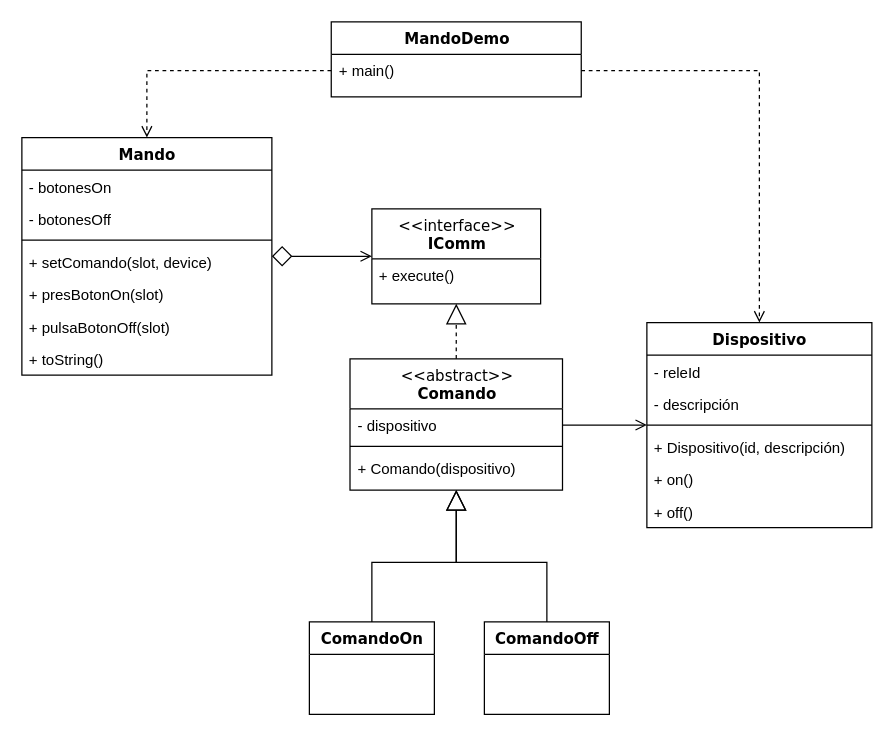
Above: u06/tarea_control/doc/control.drawio in fran-sc/prog-1920 (draw.io), before the change. Source tidied: cells renumbered, new cells numbered last; positions are measured from the earlier drawing's top-left corner, leaving out a move shared by most shapes. Both pictures are drawn from the tidied source at 125%, with x=0, y=0 at pixel (21, 21).
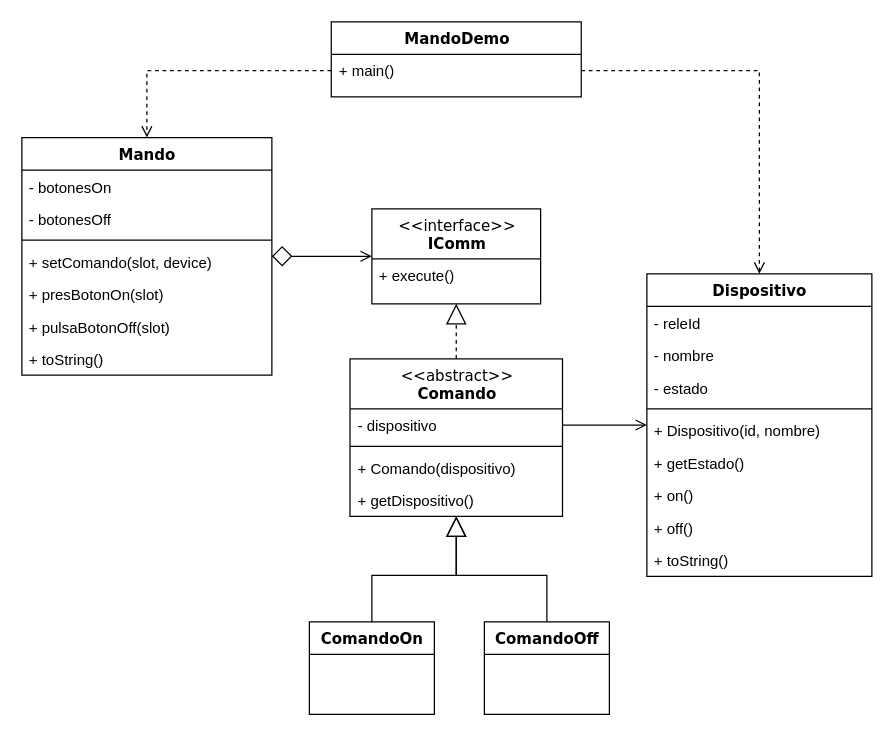
After the change.

Commit message (it also covers changes not shown here):
modif u06/tarea_control

What changed in the source:
```diff
@@
     <mxCell id="5" value="&lt;span style=&quot;font-weight: normal&quot;&gt;&amp;lt;&amp;lt;abstract&amp;gt;&amp;gt;&lt;/span&gt;&lt;br&gt;Comando" style="swimlane;html=1;fontStyle=1;align=center;verticalAlign=top;horizontal=1;startSize=40;swimlaneFillColor=#ffffff;rounded=0;shadow=0;comic=0;labelBackgroundColor=none;strokeWidth=1;fillColor=none;fontFamily=Verdana;fontSize=12;" parent="1" vertex="1">
-      <mxGeometry x="262.5" y="269.5" width="170" height="105" as="geometry" />
+      <mxGeometry x="262.5" y="269.5" width="170" height="126" as="geometry" />
     </mxCell>
@@
+    <mxCell id="34" value="+ getDispositivo()" style="text;html=1;strokeColor=none;fillColor=none;align=left;verticalAlign=top;spacingLeft=4;spacingRight=4;whiteSpace=wrap;overflow=hidden;" parent="5" vertex="1">
+      <mxGeometry y="100" width="170" height="26" as="geometry" />
+    </mxCell>
@@
     <mxCell id="22" value="Dispositivo" style="swimlane;html=1;fontStyle=1;align=center;verticalAlign=top;horizontal=1;startSize=26;swimlaneFillColor=#ffffff;rounded=0;shadow=0;comic=0;labelBackgroundColor=none;strokeWidth=1;fillColor=none;fontFamily=Verdana;fontSize=12;" parent="1" vertex="1">
-      <mxGeometry x="500" y="240.5" width="180" height="164" as="geometry" />
+      <mxGeometry x="500" y="201.5" width="180" height="242" as="geometry" />
     </mxCell>
@@
-    <mxCell id="24" value="- descripción" style="text;html=1;strokeColor=none;fillColor=none;align=left;verticalAlign=top;spacingLeft=4;spacingRight=4;whiteSpace=wrap;overflow=hidden;" parent="22" vertex="1">
+    <mxCell id="24" value="- nombre" style="text;html=1;strokeColor=none;fillColor=none;align=left;verticalAlign=top;spacingLeft=4;spacingRight=4;whiteSpace=wrap;overflow=hidden;" parent="22" vertex="1">
       <mxGeometry y="52" width="180" height="26" as="geometry" />
     </mxCell>
+    <mxCell id="35" value="- estado" style="text;html=1;strokeColor=none;fillColor=none;align=left;verticalAlign=top;spacingLeft=4;spacingRight=4;whiteSpace=wrap;overflow=hidden;" parent="22" vertex="1">
+      <mxGeometry y="78" width="180" height="26" as="geometry" />
+    </mxCell>
     <mxCell id="25" style="line;html=1;strokeWidth=1;fillColor=none;align=left;verticalAlign=middle;spacingTop=-1;spacingLeft=3;spacingRight=3;labelPosition=right;" parent="22" vertex="1">
-      <mxGeometry y="78" width="180" height="8" as="geometry" />
+      <mxGeometry y="104" width="180" height="8" as="geometry" />
     </mxCell>
-    <mxCell id="26" value="+ Dispositivo(id, descripción)" style="text;html=1;strokeColor=none;fillColor=none;align=left;verticalAlign=top;spacingLeft=4;spacingRight=4;whiteSpace=wrap;overflow=hidden;" parent="22" vertex="1">
-      <mxGeometry y="86" width="180" height="26" as="geometry" />
+    <mxCell id="26" value="+ Dispositivo(id, nombre)" style="text;html=1;strokeColor=none;fillColor=none;align=left;verticalAlign=top;spacingLeft=4;spacingRight=4;whiteSpace=wrap;overflow=hidden;" parent="22" vertex="1">
+      <mxGeometry y="112" width="180" height="26" as="geometry" />
     </mxCell>
+    <mxCell id="36" value="+ getEstado()" style="text;html=1;strokeColor=none;fillColor=none;align=left;verticalAlign=top;spacingLeft=4;spacingRight=4;whiteSpace=wrap;overflow=hidden;" parent="22" vertex="1">
+      <mxGeometry y="138" width="180" height="26" as="geometry" />
+    </mxCell>
     <mxCell id="27" value="+ on()" style="text;html=1;strokeColor=none;fillColor=none;align=left;verticalAlign=top;spacingLeft=4;spacingRight=4;whiteSpace=wrap;overflow=hidden;" parent="22" vertex="1">
-      <mxGeometry y="112" width="180" height="26" as="geometry" />
+      <mxGeometry y="164" width="180" height="26" as="geometry" />
     </mxCell>
     <mxCell id="28" value="+ off()" style="text;html=1;strokeColor=none;fillColor=none;align=left;verticalAlign=top;spacingLeft=4;spacingRight=4;whiteSpace=wrap;overflow=hidden;" parent="22" vertex="1">
-      <mxGeometry y="138" width="180" height="26" as="geometry" />
+      <mxGeometry y="190" width="180" height="26" as="geometry" />
     </mxCell>
+    <mxCell id="37" value="+ toString()" style="text;html=1;strokeColor=none;fillColor=none;align=left;verticalAlign=top;spacingLeft=4;spacingRight=4;whiteSpace=wrap;overflow=hidden;" parent="22" vertex="1">
+      <mxGeometry y="216" width="180" height="26" as="geometry" />
+    </mxCell>
```
